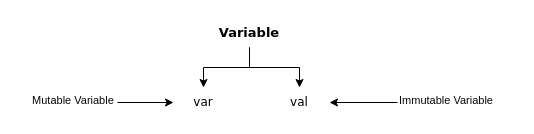
Before: page "Page-3" (3 of 7) of Tutorial - Kotlin/Kotlin Tutorial For Beginners/Kotlin Tutorial For Beginners - 02 Variables.drawio in rzrasel/temp-and-app, a draw.io diagram. Source tidied: cells renumbered, new cells numbered last; positions are measured from the earlier drawing's top-left corner, leaving out a move shared by most shapes. Both pictures are drawn from the tidied source at 100%, with x=0, y=0 at pixel (27, 17).
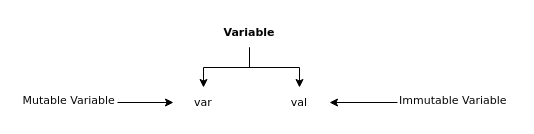
The same page after the edit.

Change to the diagram source:
```diff
@@
 <mxGraphModel>
   <root>
     <mxCell id="0" />
     <mxCell id="1" parent="0" />
-    <mxCell id="2" style="edgeStyle=orthogonalEdgeStyle;rounded=0;jettySize=auto;html=1;startArrow=none;startFill=0;" parent="1" edge="1" source="4" target="6">
+    <mxCell id="2" style="edgeStyle=orthogonalEdgeStyle;rounded=0;jettySize=auto;html=1;startArrow=none;startFill=0;fontFamily=Verdana;fontSize=11;" parent="1" edge="1" source="4" target="6">
       <mxGeometry relative="1" as="geometry" />
     </mxCell>
-    <mxCell id="3" style="edgeStyle=orthogonalEdgeStyle;rounded=0;jettySize=auto;html=1;exitX=0.5;exitY=1;exitDx=0;exitDy=0;entryX=0.5;entryY=0;entryDx=0;entryDy=0;startArrow=none;startFill=0;" parent="1" edge="1" source="4" target="5">
+    <mxCell id="3" style="edgeStyle=orthogonalEdgeStyle;rounded=0;jettySize=auto;html=1;exitX=0.5;exitY=1;exitDx=0;exitDy=0;entryX=0.5;entryY=0;entryDx=0;entryDy=0;startArrow=none;startFill=0;fontFamily=Verdana;fontSize=11;" parent="1" edge="1" source="4" target="5">
       <mxGeometry relative="1" as="geometry" />
     </mxCell>
-    <mxCell id="4" value="Variable" style="text;html=1;strokeColor=none;fillColor=none;align=center;verticalAlign=middle;whiteSpace=wrap;rounded=0;fontFamily=Verdana;fontSize=13;fontStyle=1;" parent="1" vertex="1">
+    <mxCell id="4" value="Variable" style="text;html=1;strokeColor=none;fillColor=none;align=center;verticalAlign=middle;whiteSpace=wrap;rounded=0;fontFamily=Verdana;fontSize=11;fontStyle=1;" parent="1" vertex="1">
       <mxGeometry x="192" width="60" height="30" as="geometry" />
     </mxCell>
-    <mxCell id="5" value="var" style="text;html=1;strokeColor=none;fillColor=none;align=center;verticalAlign=middle;whiteSpace=wrap;rounded=0;fontFamily=Verdana;" parent="1" vertex="1">
+    <mxCell id="5" value="var" style="text;html=1;strokeColor=none;fillColor=none;align=center;verticalAlign=middle;whiteSpace=wrap;rounded=0;fontFamily=Verdana;fontSize=11;" parent="1" vertex="1">
       <mxGeometry x="146" y="70" width="60" height="30" as="geometry" />
     </mxCell>
-    <mxCell id="6" value="val" style="text;html=1;strokeColor=none;fillColor=none;align=center;verticalAlign=middle;whiteSpace=wrap;rounded=0;fontFamily=Verdana;" parent="1" vertex="1">
+    <mxCell id="6" value="val" style="text;html=1;strokeColor=none;fillColor=none;align=center;verticalAlign=middle;whiteSpace=wrap;rounded=0;fontFamily=Verdana;fontSize=11;" parent="1" vertex="1">
       <mxGeometry x="242" y="70" width="60" height="30" as="geometry" />
     </mxCell>
-    <mxCell id="7" style="edgeStyle=orthogonalEdgeStyle;rounded=0;jettySize=auto;html=1;fontSize=11;startArrow=none;startFill=0;" parent="1" edge="1" source="8" target="5">
+    <mxCell id="7" style="edgeStyle=orthogonalEdgeStyle;rounded=0;jettySize=auto;html=1;fontSize=11;startArrow=none;startFill=0;fontFamily=Verdana;" parent="1" edge="1" source="8" target="5">
       <mxGeometry relative="1" as="geometry" />
     </mxCell>
-    <mxCell id="8" value="&lt;b style=&quot;font-weight: normal; font-size: 11px;&quot; id=&quot;docs-internal-guid-23d32daf-7fff-ab25-5d29-92a006c8950a&quot;&gt;&lt;span style=&quot;font-size: 11px; font-family: arial; color: rgb(8, 8, 8); background-color: rgb(255, 255, 255); font-weight: 400; font-style: normal; font-variant: normal; text-decoration: none; vertical-align: baseline;&quot;&gt;&amp;nbsp;Mutable Variable&lt;/span&gt;&lt;/b&gt;" style="text;whiteSpace=wrap;html=1;fontSize=11;" parent="1" vertex="1">
-      <mxGeometry y="70" width="90" height="30" as="geometry" />
+    <mxCell id="8" value="&lt;b style=&quot;font-weight: normal; font-size: 11px;&quot; id=&quot;docs-internal-guid-23d32daf-7fff-ab25-5d29-92a006c8950a&quot;&gt;&lt;span style=&quot;font-size: 11px; color: rgb(8, 8, 8); background-color: rgb(255, 255, 255); font-weight: 400; font-style: normal; font-variant: normal; text-decoration: none; vertical-align: baseline;&quot;&gt;&amp;nbsp;Mutable Variable&lt;/span&gt;&lt;/b&gt;" style="text;whiteSpace=wrap;html=1;fontSize=11;fontFamily=Verdana;" parent="1" vertex="1">
+      <mxGeometry x="-10" y="70" width="100" height="30" as="geometry" />
     </mxCell>
-    <mxCell id="9" style="edgeStyle=orthogonalEdgeStyle;rounded=0;jettySize=auto;html=1;fontSize=11;startArrow=none;startFill=0;" parent="1" edge="1" source="10" target="6">
+    <mxCell id="9" style="edgeStyle=orthogonalEdgeStyle;rounded=0;jettySize=auto;html=1;fontSize=11;startArrow=none;startFill=0;fontFamily=Verdana;" parent="1" edge="1" source="10" target="6">
       <mxGeometry relative="1" as="geometry" />
     </mxCell>
-    <mxCell id="10" value="&lt;b style=&quot;font-weight: normal ; font-size: 11px&quot; id=&quot;docs-internal-guid-23d32daf-7fff-ab25-5d29-92a006c8950a&quot;&gt;&lt;span style=&quot;font-size: 11px ; font-family: &amp;#34;arial&amp;#34; ; color: rgb(8 , 8 , 8) ; background-color: rgb(255 , 255 , 255) ; font-weight: 400 ; font-style: normal ; font-variant: normal ; text-decoration: none ; vertical-align: baseline&quot;&gt;Immutable Variable&lt;/span&gt;&lt;/b&gt;" style="text;whiteSpace=wrap;html=1;fontSize=11;" parent="1" vertex="1">
-      <mxGeometry x="370" y="70" width="100" height="30" as="geometry" />
+    <mxCell id="10" value="&lt;b style=&quot;font-weight: normal ; font-size: 11px&quot; id=&quot;docs-internal-guid-23d32daf-7fff-ab25-5d29-92a006c8950a&quot;&gt;&lt;span style=&quot;font-size: 11px; color: rgb(8, 8, 8); background-color: rgb(255, 255, 255); font-weight: 400; font-style: normal; font-variant: normal; text-decoration: none; vertical-align: baseline;&quot;&gt;Immutable Variable&lt;/span&gt;&lt;/b&gt;" style="text;whiteSpace=wrap;html=1;fontSize=11;fontFamily=Verdana;" parent="1" vertex="1">
+      <mxGeometry x="370" y="70" width="120" height="30" as="geometry" />
     </mxCell>
   </root>
 </mxGraphModel>
```
